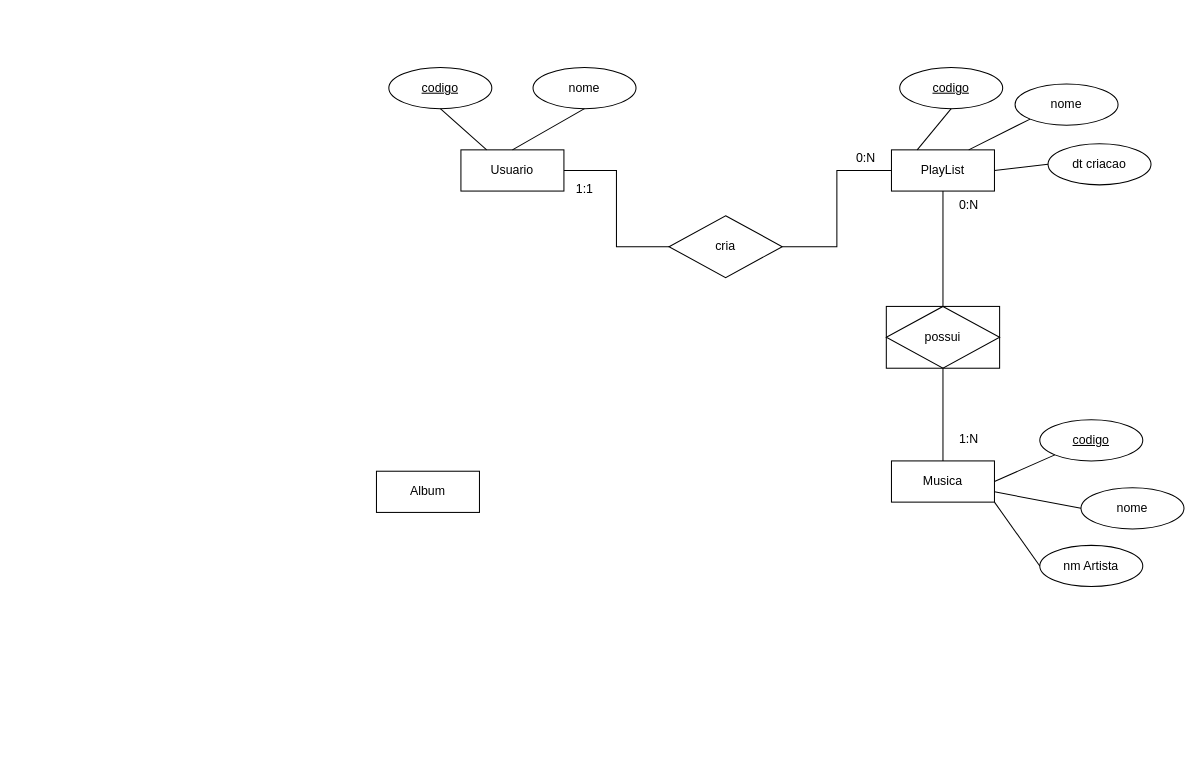
Above: Spotify.drawio in NicolyAvelino/ModelagemBancoDeDados (draw.io), before the change. Source tidied: cells renumbered, new cells numbered last; positions are measured from the earlier drawing's top-left corner, leaving out a move shared by most shapes. Both pictures are drawn from the tidied source at 103%, with x=0, y=0 at pixel (376, 67).
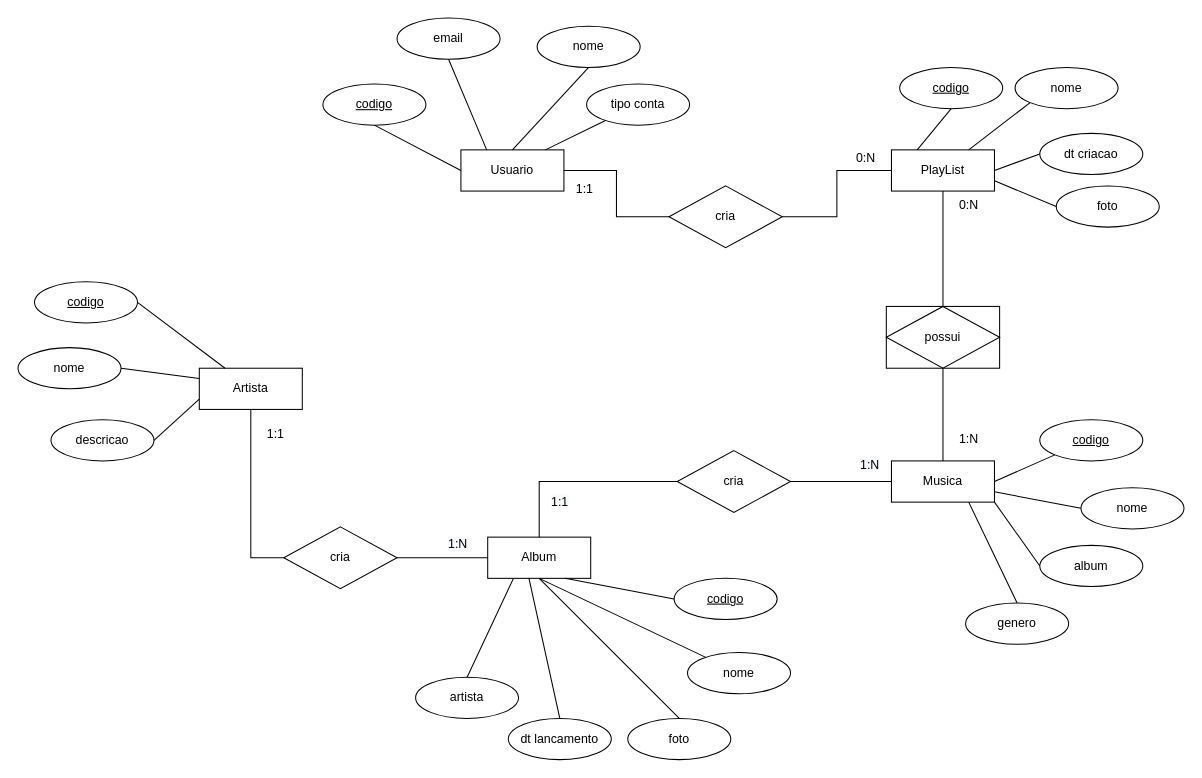
The same diagram, later.

Unchanged cells that the change refers to:
```xml
<mxCell id="2" value="Musica" style="whiteSpace=wrap;html=1;align=center;" parent="1" vertex="1">
  <mxGeometry x="500" y="382" width="100" height="40" as="geometry" />
</mxCell>
<mxCell id="5" value="PlayList" style="whiteSpace=wrap;html=1;align=center;" parent="1" vertex="1">
  <mxGeometry x="500" y="80" width="100" height="40" as="geometry" />
</mxCell>
<mxCell id="7" value="Usuario" style="whiteSpace=wrap;html=1;align=center;" parent="1" vertex="1">
  <mxGeometry x="82" y="80" width="100" height="40" as="geometry" />
</mxCell>
```

Diff of the diagram source:
```diff
@@
     <mxCell id="3" value="Album" style="whiteSpace=wrap;html=1;align=center;" parent="1" vertex="1">
-      <mxGeometry y="392" width="100" height="40" as="geometry" />
+      <mxGeometry x="108" y="456" width="100" height="40" as="geometry" />
     </mxCell>
@@
     <mxCell id="8" value="nome" style="ellipse;whiteSpace=wrap;html=1;align=center;" parent="1" vertex="1">
-      <mxGeometry x="152" width="100" height="40" as="geometry" />
+      <mxGeometry x="156" y="-40" width="100" height="40" as="geometry" />
     </mxCell>
     <mxCell id="9" value="codigo" style="ellipse;whiteSpace=wrap;html=1;align=center;fontStyle=4;" parent="1" vertex="1">
-      <mxGeometry x="12" width="100" height="40" as="geometry" />
+      <mxGeometry x="-52" y="16" width="100" height="40" as="geometry" />
     </mxCell>
@@
-    <mxCell id="12" style="endArrow=none;html=1;rounded=0;exitX=0.5;exitY=1;exitDx=0;exitDy=0;entryX=0.25;entryY=0;entryDx=0;entryDy=0;" parent="1" edge="1" source="9" target="7">
+    <mxCell id="12" style="endArrow=none;html=1;rounded=0;exitX=0.5;exitY=1;exitDx=0;exitDy=0;entryX=0;entryY=0.5;entryDx=0;entryDy=0;" parent="1" edge="1" source="9" target="7">
       <mxGeometry relative="1" as="geometry" />
     </mxCell>
@@
     <mxCell id="17" value="cria" style="shape=rhombus;perimeter=rhombusPerimeter;whiteSpace=wrap;html=1;align=center;" parent="1" vertex="1">
-      <mxGeometry x="284" y="144" width="110" height="60" as="geometry" />
+      <mxGeometry x="284" y="115" width="110" height="60" as="geometry" />
     </mxCell>
@@
     <mxCell id="20" value="nome" style="ellipse;whiteSpace=wrap;html=1;align=center;" parent="1" vertex="1">
-      <mxGeometry x="620" y="16" width="100" height="40" as="geometry" />
+      <mxGeometry x="620" width="100" height="40" as="geometry" />
     </mxCell>
     <mxCell id="21" value="dt criacao" style="ellipse;whiteSpace=wrap;html=1;align=center;" parent="1" vertex="1">
-      <mxGeometry x="652" y="74" width="100" height="40" as="geometry" />
+      <mxGeometry x="644" y="64" width="100" height="40" as="geometry" />
     </mxCell>
@@
-    <mxCell id="28" value="nm Artista" style="ellipse;whiteSpace=wrap;html=1;align=center;" parent="1" vertex="1">
+    <mxCell id="28" value="album" style="ellipse;whiteSpace=wrap;html=1;align=center;" parent="1" vertex="1">
       <mxGeometry x="644" y="464" width="100" height="40" as="geometry" />
     </mxCell>
@@
+    <mxCell id="32" value="tipo conta" style="ellipse;whiteSpace=wrap;html=1;align=center;" parent="1" vertex="1">
+      <mxGeometry x="204" y="16" width="100" height="40" as="geometry" />
+    </mxCell>
+    <mxCell id="33" style="endArrow=none;html=1;rounded=0;" parent="1" edge="1" source="32">
+      <mxGeometry relative="1" as="geometry">
+        <mxPoint x="164" y="80" as="targetPoint" />
+      </mxGeometry>
+    </mxCell>
+    <mxCell id="34" value="email" style="ellipse;whiteSpace=wrap;html=1;align=center;" parent="1" vertex="1">
+      <mxGeometry x="20" y="-48" width="100" height="40" as="geometry" />
+    </mxCell>
+    <mxCell id="35" style="endArrow=none;html=1;rounded=0;exitX=0.5;exitY=1;exitDx=0;exitDy=0;entryX=0.25;entryY=0;entryDx=0;entryDy=0;" parent="1" edge="1" source="34" target="7">
+      <mxGeometry relative="1" as="geometry" />
+    </mxCell>
+    <mxCell id="36" value="foto" style="ellipse;whiteSpace=wrap;html=1;align=center;" parent="1" vertex="1">
+      <mxGeometry x="660" y="115" width="100" height="40" as="geometry" />
+    </mxCell>
+    <mxCell id="37" style="endArrow=none;html=1;rounded=0;exitX=0;exitY=0.5;exitDx=0;exitDy=0;entryX=1;entryY=0.75;entryDx=0;entryDy=0;" parent="1" edge="1" source="36" target="5">
+      <mxGeometry relative="1" as="geometry" />
+    </mxCell>
+    <mxCell id="38" style="edgeStyle=orthogonalEdgeStyle;rounded=0;jettySize=auto;html=1;entryX=0;entryY=0.5;entryDx=0;entryDy=0;endArrow=none;endFill=0;" parent="1" edge="1" source="39" target="46">
+      <mxGeometry relative="1" as="geometry" />
+    </mxCell>
+    <mxCell id="39" value="Artista" style="whiteSpace=wrap;html=1;align=center;" parent="1" vertex="1">
+      <mxGeometry x="-172" y="292" width="100" height="40" as="geometry" />
+    </mxCell>
+    <mxCell id="40" value="codigo" style="ellipse;whiteSpace=wrap;html=1;align=center;fontStyle=4;" parent="1" vertex="1">
+      <mxGeometry x="289" y="496" width="100" height="40" as="geometry" />
+    </mxCell>
+    <mxCell id="41" style="endArrow=none;html=1;rounded=0;exitX=0;exitY=0.5;exitDx=0;exitDy=0;entryX=0.75;entryY=1;entryDx=0;entryDy=0;" parent="1" edge="1" source="40" target="3">
+      <mxGeometry relative="1" as="geometry" />
+    </mxCell>
+    <mxCell id="42" style="edgeStyle=orthogonalEdgeStyle;rounded=0;jettySize=auto;html=1;endArrow=none;endFill=0;" parent="1" edge="1" source="44" target="3">
+      <mxGeometry relative="1" as="geometry" />
+    </mxCell>
+    <mxCell id="43" style="edgeStyle=orthogonalEdgeStyle;rounded=0;jettySize=auto;html=1;entryX=0;entryY=0.5;entryDx=0;entryDy=0;endArrow=none;endFill=0;" parent="1" edge="1" source="44" target="2">
+      <mxGeometry relative="1" as="geometry" />
+    </mxCell>
+    <mxCell id="44" value="cria" style="shape=rhombus;perimeter=rhombusPerimeter;whiteSpace=wrap;html=1;align=center;" parent="1" vertex="1">
+      <mxGeometry x="292" y="372" width="110" height="60" as="geometry" />
+    </mxCell>
+    <mxCell id="45" style="edgeStyle=orthogonalEdgeStyle;rounded=0;jettySize=auto;html=1;entryX=0;entryY=0.5;entryDx=0;entryDy=0;endArrow=none;endFill=0;" parent="1" edge="1" source="46" target="3">
+      <mxGeometry relative="1" as="geometry" />
+    </mxCell>
+    <mxCell id="46" value="cria" style="shape=rhombus;perimeter=rhombusPerimeter;whiteSpace=wrap;html=1;align=center;" parent="1" vertex="1">
+      <mxGeometry x="-90" y="446" width="110" height="60" as="geometry" />
+    </mxCell>
+    <mxCell id="47" value="1:1" style="text;strokeColor=none;fillColor=none;spacingLeft=4;spacingRight=4;overflow=hidden;fontSize=12;" parent="1" vertex="1">
+      <mxGeometry x="-112" y="342" width="40" height="30" as="geometry" />
+    </mxCell>
+    <mxCell id="48" value="&lt;span style=&quot;color: rgb(0, 0, 0); font-family: Helvetica; font-size: 12px; font-style: normal; font-variant-ligatures: normal; font-variant-caps: normal; font-weight: 400; letter-spacing: normal; orphans: 2; text-align: left; text-indent: 0px; text-transform: none; widows: 2; word-spacing: 0px; -webkit-text-stroke-width: 0px; background-color: rgb(248, 249, 250); text-decoration-thickness: initial; text-decoration-style: initial; text-decoration-color: initial; float: none; display: inline !important;&quot;&gt;1:N&lt;/span&gt;" style="text;whiteSpace=wrap;html=1;" parent="1" vertex="1">
+      <mxGeometry x="68" y="449" width="40" height="32" as="geometry" />
+    </mxCell>
+    <mxCell id="49" value="&lt;span style=&quot;color: rgb(0, 0, 0); font-family: Helvetica; font-size: 12px; font-style: normal; font-variant-ligatures: normal; font-variant-caps: normal; font-weight: 400; letter-spacing: normal; orphans: 2; text-align: left; text-indent: 0px; text-transform: none; widows: 2; word-spacing: 0px; -webkit-text-stroke-width: 0px; background-color: rgb(248, 249, 250); text-decoration-thickness: initial; text-decoration-style: initial; text-decoration-color: initial; float: none; display: inline !important;&quot;&gt;1:1&lt;/span&gt;" style="text;whiteSpace=wrap;html=1;" parent="1" vertex="1">
+      <mxGeometry x="168" y="408" width="40" height="32" as="geometry" />
+    </mxCell>
+    <mxCell id="50" value="&lt;span style=&quot;color: rgb(0, 0, 0); font-family: Helvetica; font-size: 12px; font-style: normal; font-variant-ligatures: normal; font-variant-caps: normal; font-weight: 400; letter-spacing: normal; orphans: 2; text-align: left; text-indent: 0px; text-transform: none; widows: 2; word-spacing: 0px; -webkit-text-stroke-width: 0px; background-color: rgb(248, 249, 250); text-decoration-thickness: initial; text-decoration-style: initial; text-decoration-color: initial; float: none; display: inline !important;&quot;&gt;1:N&lt;/span&gt;" style="text;whiteSpace=wrap;html=1;" parent="1" vertex="1">
+      <mxGeometry x="468" y="372" width="40" height="32" as="geometry" />
+    </mxCell>
+    <mxCell id="51" value="nome" style="ellipse;whiteSpace=wrap;html=1;align=center;" parent="1" vertex="1">
+      <mxGeometry x="-348" y="272" width="100" height="40" as="geometry" />
+    </mxCell>
+    <mxCell id="52" value="descricao" style="ellipse;whiteSpace=wrap;html=1;align=center;" parent="1" vertex="1">
+      <mxGeometry x="-316" y="342" width="100" height="40" as="geometry" />
+    </mxCell>
+    <mxCell id="53" value="nome" style="ellipse;whiteSpace=wrap;html=1;align=center;" parent="1" vertex="1">
+      <mxGeometry x="302" y="568" width="100" height="40" as="geometry" />
+    </mxCell>
+    <mxCell id="54" value="foto" style="ellipse;whiteSpace=wrap;html=1;align=center;" parent="1" vertex="1">
+      <mxGeometry x="244" y="632" width="100" height="40" as="geometry" />
+    </mxCell>
+    <mxCell id="55" value="dt lancamento" style="ellipse;whiteSpace=wrap;html=1;align=center;" parent="1" vertex="1">
+      <mxGeometry x="128" y="632" width="100" height="40" as="geometry" />
+    </mxCell>
+    <mxCell id="56" value="artista" style="ellipse;whiteSpace=wrap;html=1;align=center;" parent="1" vertex="1">
+      <mxGeometry x="38" y="592" width="100" height="40" as="geometry" />
+    </mxCell>
+    <mxCell id="57" style="endArrow=none;html=1;rounded=0;entryX=0.5;entryY=1;entryDx=0;entryDy=0;" parent="1" edge="1" source="53" target="3">
+      <mxGeometry relative="1" as="geometry" />
+    </mxCell>
+    <mxCell id="58" style="endArrow=none;html=1;rounded=0;exitX=0.5;exitY=0;exitDx=0;exitDy=0;entryX=0.5;entryY=1;entryDx=0;entryDy=0;" parent="1" edge="1" source="54" target="3">
+      <mxGeometry relative="1" as="geometry" />
+    </mxCell>
+    <mxCell id="59" style="endArrow=none;html=1;rounded=0;exitX=0.5;exitY=0;exitDx=0;exitDy=0;entryX=0.4;entryY=0.994;entryDx=0;entryDy=0;entryPerimeter=0;" parent="1" edge="1" source="55" target="3">
+      <mxGeometry relative="1" as="geometry" />
+    </mxCell>
+    <mxCell id="60" style="endArrow=none;html=1;rounded=0;exitX=0.5;exitY=0;exitDx=0;exitDy=0;entryX=0.25;entryY=1;entryDx=0;entryDy=0;" parent="1" edge="1" source="56" target="3">
+      <mxGeometry relative="1" as="geometry" />
+    </mxCell>
+    <mxCell id="61" style="endArrow=none;html=1;rounded=0;exitX=1;exitY=0.5;exitDx=0;exitDy=0;entryX=0;entryY=0.25;entryDx=0;entryDy=0;" parent="1" edge="1" source="51" target="39">
+      <mxGeometry relative="1" as="geometry" />
+    </mxCell>
+    <mxCell id="62" style="endArrow=none;html=1;rounded=0;exitX=0;exitY=0.75;exitDx=0;exitDy=0;entryX=1;entryY=0.5;entryDx=0;entryDy=0;" parent="1" edge="1" source="39" target="52">
+      <mxGeometry relative="1" as="geometry" />
+    </mxCell>
+    <mxCell id="63" value="codigo" style="ellipse;whiteSpace=wrap;html=1;align=center;fontStyle=4;" parent="1" vertex="1">
+      <mxGeometry x="-332" y="208" width="100" height="40" as="geometry" />
+    </mxCell>
+    <mxCell id="64" style="endArrow=none;html=1;rounded=0;exitX=1;exitY=0.5;exitDx=0;exitDy=0;entryX=0.25;entryY=0;entryDx=0;entryDy=0;" parent="1" edge="1" source="63" target="39">
+      <mxGeometry relative="1" as="geometry" />
+    </mxCell>
+    <mxCell id="65" value="genero" style="ellipse;whiteSpace=wrap;html=1;align=center;" parent="1" vertex="1">
+      <mxGeometry x="572" y="520" width="100" height="40" as="geometry" />
+    </mxCell>
+    <mxCell id="66" style="endArrow=none;html=1;rounded=0;exitX=0.5;exitY=0;exitDx=0;exitDy=0;entryX=0.75;entryY=1;entryDx=0;entryDy=0;" parent="1" edge="1" source="65" target="2">
+      <mxGeometry relative="1" as="geometry" />
+    </mxCell>
```
